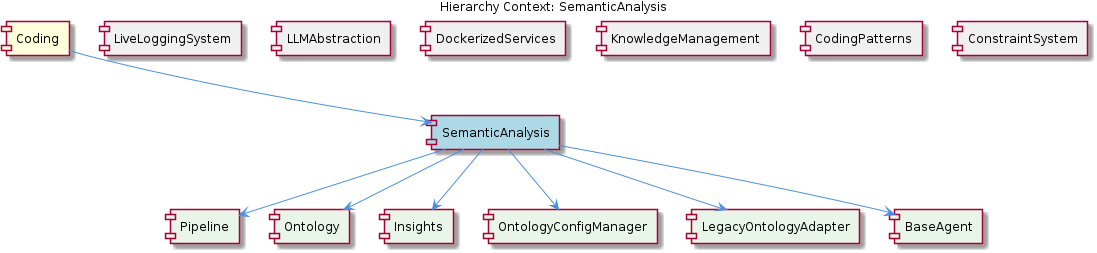
The PlantUML diagram knowledge-management/insights/images/semantic-analysis-relationship.png in fwornle/coding, before a commit. Its source is kept beside it as .data/knowledge-graph/insights/puml/semantic-analysis-relationship.puml.
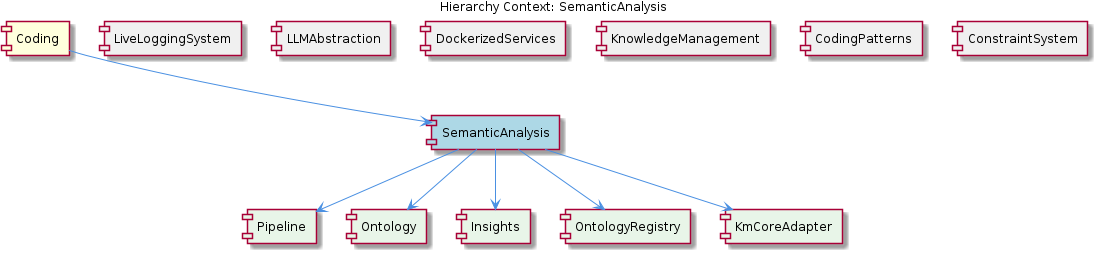
Later version of the same file.

Diff of the diagram source:
```diff
@@ -14,9 +14,8 @@
 [Pipeline] as pipeline #E8F5E8
 [Ontology] as ontology #E8F5E8
 [Insights] as insights #E8F5E8
-[OntologyConfigManager] as ontology_config_manager #E8F5E8
-[LegacyOntologyAdapter] as legacy_ontology_adapter #E8F5E8
-[BaseAgent] as base_agent #E8F5E8
+[OntologyRegistry] as ontology_registry #E8F5E8
+[KmCoreAdapter] as km_core_adapter #E8F5E8
 
 coding --> semantic_analysis
 live_logging_system -[hidden]- semantic_analysis
@@ -28,8 +27,7 @@
 semantic_analysis --> pipeline
 semantic_analysis --> ontology
 semantic_analysis --> insights
-semantic_analysis --> ontology_config_manager
-semantic_analysis --> legacy_ontology_adapter
-semantic_analysis --> base_agent
+semantic_analysis --> ontology_registry
+semantic_analysis --> km_core_adapter
 
 @enduml
```
